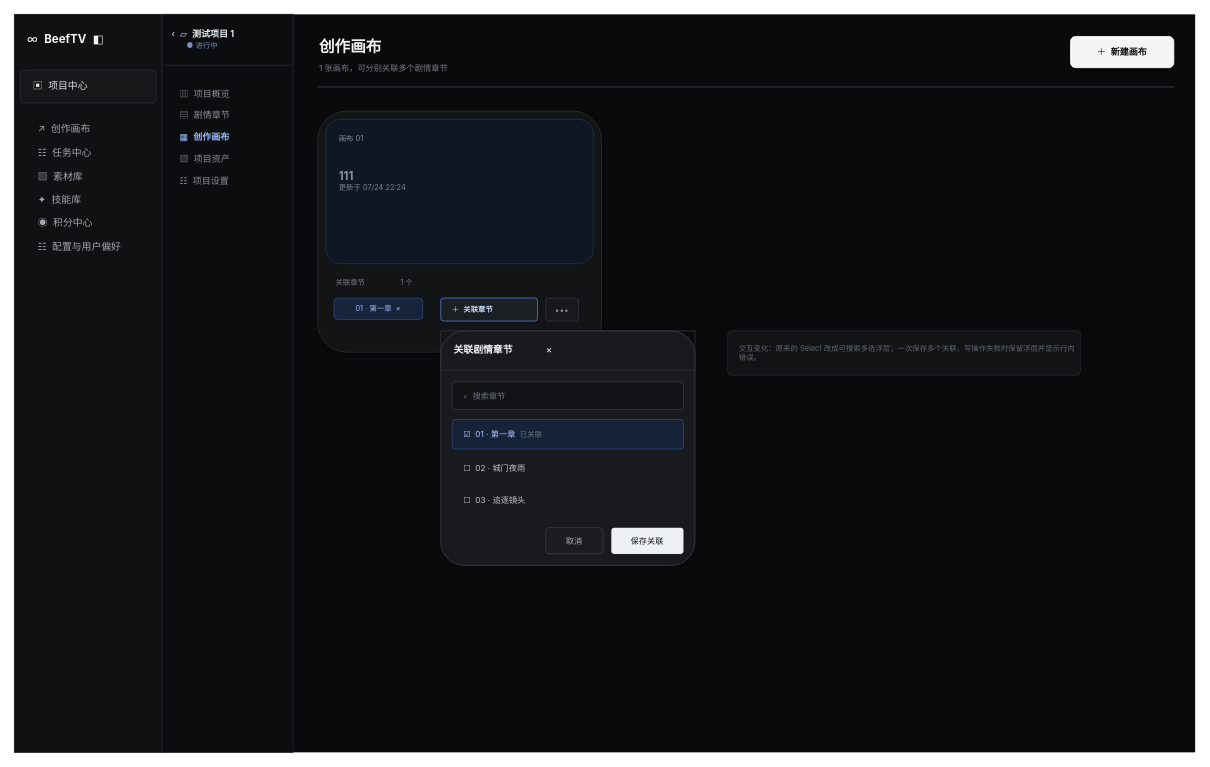
The draw.io diagram page "03 章节关联浮层" (3 of 3) of assets/prototypes/project-canvas-ui-interactions.drawio in cjg203328/bobo, before the edit. Source tidied: cells renumbered, new cells numbered last; positions are measured from the earlier drawing's top-left corner, leaving out a move shared by most shapes. Both pictures are drawn from the tidied source at 82%, with x=0, y=0 at pixel (14, 14).
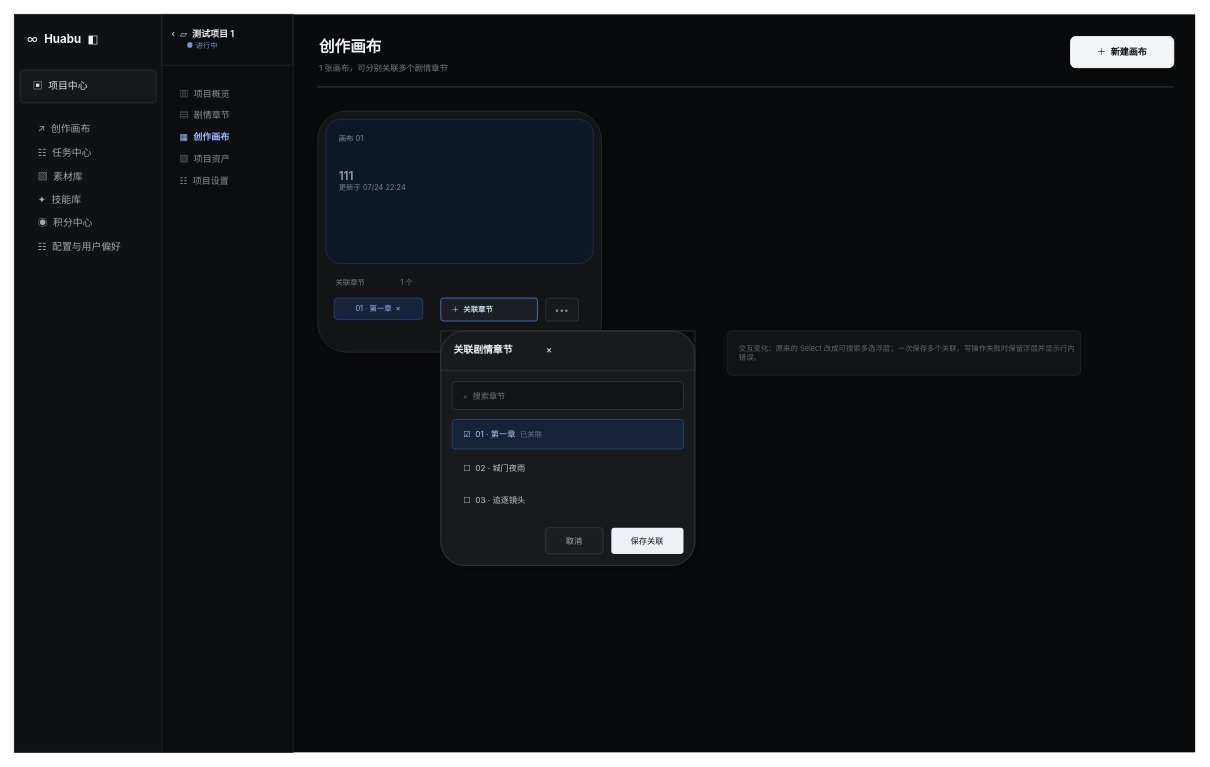
Above is the later version.

Diff of the diagram source:
```diff
@@
-    <mxCell id="4" value="∞&amp;nbsp;&amp;nbsp;&lt;b&gt;BeefTV&lt;/b&gt;&amp;nbsp;&amp;nbsp;◧" style="rounded=0;whiteSpace=wrap;html=1;fillColor=none;strokeColor=none;fontColor=#f3f4f6;fontSize=14;fontFamily=SF Pro Display,PingFang SC,sans-serif;align=left;verticalAlign=middle;spacingLeft=14;" parent="1" vertex="1">
+    <mxCell id="4" value="∞&amp;nbsp;&amp;nbsp;&lt;b&gt;Huabu&lt;/b&gt;&amp;nbsp;&amp;nbsp;◧" style="rounded=0;whiteSpace=wrap;html=1;fillColor=none;strokeColor=none;fontColor=#f3f4f6;fontSize=14;fontFamily=SF Pro Display,PingFang SC,sans-serif;align=left;verticalAlign=middle;spacingLeft=14;" parent="1" vertex="1">
       <mxGeometry y="10" width="174" height="42" as="geometry" />
     </mxCell>
```
